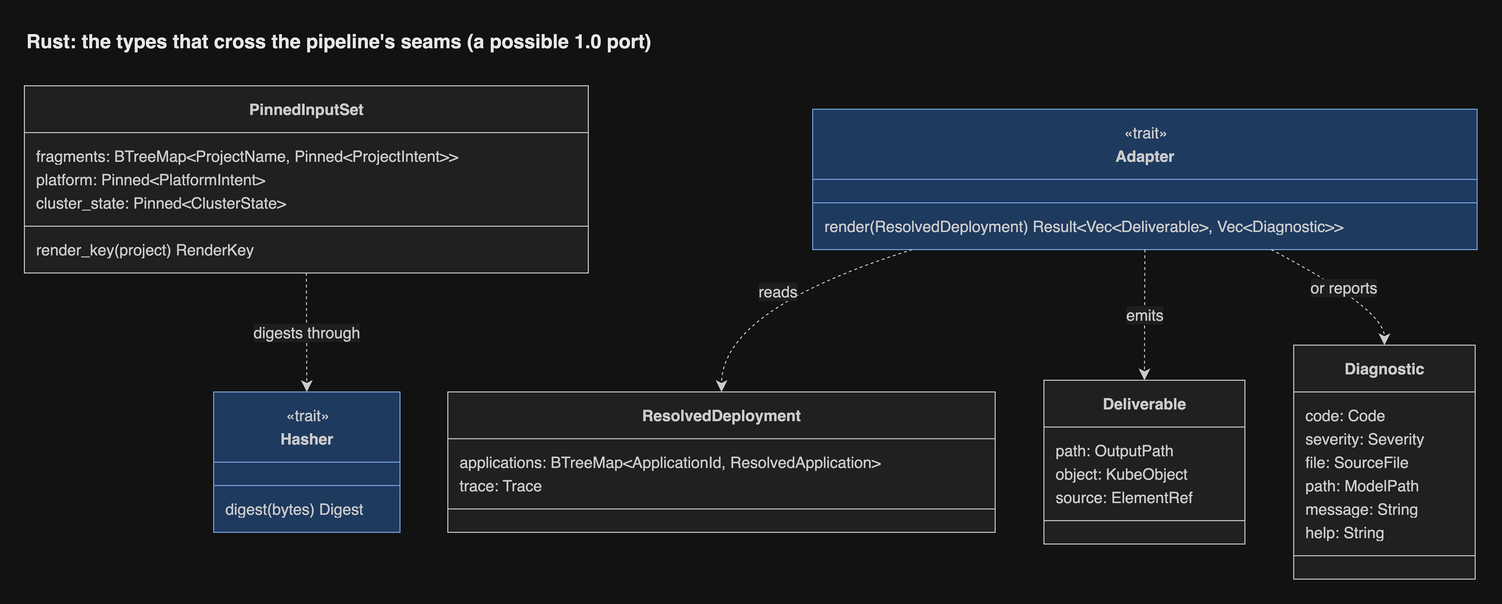
Earlier version of the draw.io export docs/diagrams/png/rust-pipeline-types.png (JorisJonkers-dev/estate-kit). Source tidied: cells renumbered, new cells last; positions are measured from the earlier drawing's top-left corner, leaving out a move shared by most shapes.
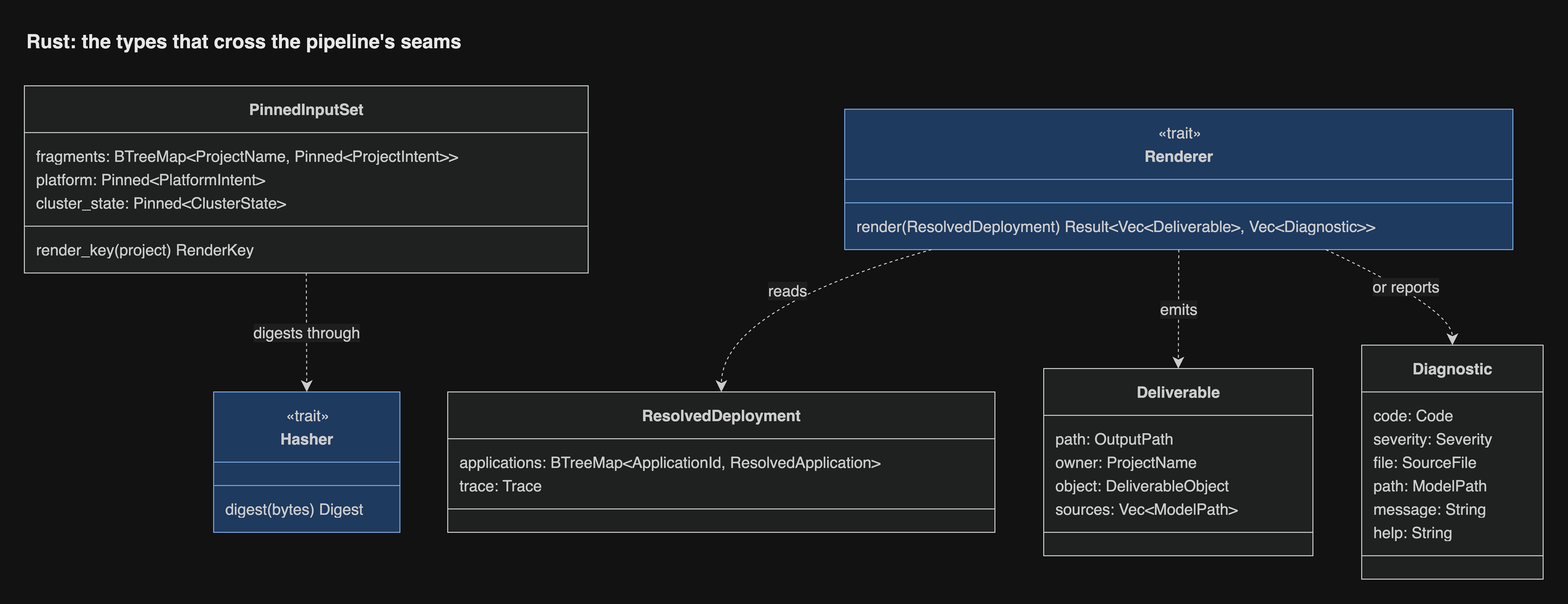
After the commit.

Diff of the diagram source:
```diff
@@ -44,79 +44,82 @@
     <mxCell id="15" style="line;strokeWidth=1;fillColor=none;spacingLeft=3;spacingRight=3;strokeColor=inherit;fontFamily=Helvetica;" parent="12" vertex="1">
       <mxGeometry y="108" width="561" height="24" as="geometry" />
     </mxCell>
-    <mxCell id="16" value="&lt;b&gt;Adapter&lt;/b&gt;" style="swimlane;html=1;fontStyle=1;fontSize=16;align=center;verticalAlign=middle;horizontal=1;startSize=72;swimlaneFillColor=light-dark(#dae8fc,#1f3a5f);whiteSpace=wrap;spacingTop=24;fillColor=light-dark(#dae8fc,#1f3a5f);strokeColor=light-dark(#6c8ebf,#7aa7e0);fontColor=light-dark(#333333,#cccccc);fontFamily=Helvetica;" parent="1" vertex="1">
-      <mxGeometry x="808" y="88" width="681" height="144" as="geometry" />
+    <mxCell id="16" value="&lt;b&gt;Renderer&lt;/b&gt;" style="swimlane;html=1;fontStyle=1;fontSize=16;align=center;verticalAlign=middle;horizontal=1;startSize=72;swimlaneFillColor=light-dark(#dae8fc,#1f3a5f);whiteSpace=wrap;spacingTop=24;fillColor=light-dark(#dae8fc,#1f3a5f);strokeColor=light-dark(#6c8ebf,#7aa7e0);fontColor=light-dark(#333333,#cccccc);fontFamily=Helvetica;" parent="1" vertex="1">
+      <mxGeometry x="841" y="88" width="685" height="144" as="geometry" />
     </mxCell>
     <mxCell id="17" value="«trait»" style="text;html=1;strokeColor=none;fillColor=none;align=center;verticalAlign=middle;fontSize=16;fontColor=light-dark(#333333,#cccccc);fontFamily=Helvetica;" parent="16" vertex="1">
-      <mxGeometry y="12" width="681" height="24" as="geometry" />
+      <mxGeometry y="12" width="685" height="24" as="geometry" />
     </mxCell>
     <mxCell id="18" style="line;strokeWidth=1;fillColor=none;spacingLeft=3;spacingRight=3;strokeColor=inherit;fontFamily=Helvetica;" parent="16" vertex="1">
-      <mxGeometry y="84" width="681" height="24" as="geometry" />
+      <mxGeometry y="84" width="685" height="24" as="geometry" />
     </mxCell>
     <mxCell id="19" value="render(ResolvedDeployment) Result&lt;Vec&lt;Deliverable&gt;, Vec&lt;Diagnostic&gt;&gt;" style="text;fontSize=16;strokeColor=none;fillColor=none;align=left;verticalAlign=middle;spacingLeft=10;spacingRight=12;spacingBottom=2;overflow=hidden;fontColor=light-dark(#333333,#cccccc);fontFamily=Helvetica;" parent="16" vertex="1">
-      <mxGeometry y="108" width="681" height="24" as="geometry" />
+      <mxGeometry y="108" width="685" height="24" as="geometry" />
     </mxCell>
     <mxCell id="20" value="&lt;b&gt;Deliverable&lt;/b&gt;" style="swimlane;html=1;fontStyle=1;fontSize=16;align=center;verticalAlign=middle;horizontal=1;startSize=48;swimlaneFillColor=light-dark(#ECECFF,#1f2020);whiteSpace=wrap;fillColor=light-dark(#ECECFF,#1f2020);strokeColor=light-dark(#9370DB,#cccccc);fontColor=light-dark(#333333,#cccccc);fontFamily=Helvetica;" parent="1" vertex="1">
-      <mxGeometry x="1045" y="366" width="206" height="168" as="geometry" />
+      <mxGeometry x="1045" y="354" width="276" height="192" as="geometry" />
     </mxCell>
     <mxCell id="21" value="path: OutputPath" style="text;fontSize=16;strokeColor=none;fillColor=none;align=left;verticalAlign=middle;spacingLeft=10;spacingRight=12;spacingBottom=2;overflow=hidden;fontColor=light-dark(#333333,#cccccc);fontFamily=Helvetica;" parent="20" vertex="1">
-      <mxGeometry y="60" width="206" height="24" as="geometry" />
+      <mxGeometry y="60" width="276" height="24" as="geometry" />
     </mxCell>
-    <mxCell id="22" value="object: KubeObject" style="text;fontSize=16;strokeColor=none;fillColor=none;align=left;verticalAlign=middle;spacingLeft=10;spacingRight=12;spacingBottom=2;overflow=hidden;fontColor=light-dark(#333333,#cccccc);fontFamily=Helvetica;" parent="20" vertex="1">
-      <mxGeometry y="84" width="206" height="24" as="geometry" />
+    <mxCell id="22" value="owner: ProjectName" style="text;fontSize=16;strokeColor=none;fillColor=none;align=left;verticalAlign=middle;spacingLeft=10;spacingRight=12;spacingBottom=2;overflow=hidden;fontColor=light-dark(#333333,#cccccc);fontFamily=Helvetica;" parent="20" vertex="1">
+      <mxGeometry y="84" width="276" height="24" as="geometry" />
     </mxCell>
-    <mxCell id="23" value="source: ElementRef" style="text;fontSize=16;strokeColor=none;fillColor=none;align=left;verticalAlign=middle;spacingLeft=10;spacingRight=12;spacingBottom=2;overflow=hidden;fontColor=light-dark(#333333,#cccccc);fontFamily=Helvetica;" parent="20" vertex="1">
-      <mxGeometry y="108" width="206" height="24" as="geometry" />
+    <mxCell id="23" value="object: DeliverableObject" style="text;fontSize=16;strokeColor=none;fillColor=none;align=left;verticalAlign=middle;spacingLeft=10;spacingRight=12;spacingBottom=2;overflow=hidden;fontColor=light-dark(#333333,#cccccc);fontFamily=Helvetica;" parent="20" vertex="1">
+      <mxGeometry y="108" width="276" height="24" as="geometry" />
     </mxCell>
-    <mxCell id="24" style="line;strokeWidth=1;fillColor=none;spacingLeft=3;spacingRight=3;strokeColor=inherit;fontFamily=Helvetica;" parent="20" vertex="1">
-      <mxGeometry y="132" width="206" height="24" as="geometry" />
+    <mxCell id="24" value="sources: Vec&lt;ModelPath&gt;" style="text;fontSize=16;strokeColor=none;fillColor=none;align=left;verticalAlign=middle;spacingLeft=10;spacingRight=12;spacingBottom=2;overflow=hidden;fontColor=light-dark(#333333,#cccccc);fontFamily=Helvetica;" parent="20" vertex="1">
+      <mxGeometry y="132" width="276" height="24" as="geometry" />
     </mxCell>
-    <mxCell id="25" value="&lt;b&gt;Diagnostic&lt;/b&gt;" style="swimlane;html=1;fontStyle=1;fontSize=16;align=center;verticalAlign=middle;horizontal=1;startSize=48;swimlaneFillColor=light-dark(#ECECFF,#1f2020);whiteSpace=wrap;fillColor=light-dark(#ECECFF,#1f2020);strokeColor=light-dark(#9370DB,#cccccc);fontColor=light-dark(#333333,#cccccc);fontFamily=Helvetica;" parent="1" vertex="1">
-      <mxGeometry x="1301" y="330" width="186" height="240" as="geometry" />
+    <mxCell id="25" style="line;strokeWidth=1;fillColor=none;spacingLeft=3;spacingRight=3;points=[];strokeColor=inherit;fontFamily=Helvetica;" parent="20" vertex="1">
+      <mxGeometry y="156" width="276" height="24" as="geometry" />
     </mxCell>
-    <mxCell id="26" value="code: Code" style="text;fontSize=16;strokeColor=none;fillColor=none;align=left;verticalAlign=middle;spacingLeft=10;spacingRight=12;spacingBottom=2;overflow=hidden;points=[[0,0.5],[1,0.5]];portConstraint=eastwest;fontColor=light-dark(#333333,#cccccc);fontFamily=Helvetica;" parent="25" vertex="1">
-      <mxGeometry y="60" width="186" height="24" as="geometry" />
+    <mxCell id="26" value="&lt;b&gt;Diagnostic&lt;/b&gt;" style="swimlane;html=1;fontStyle=1;fontSize=16;align=center;verticalAlign=middle;horizontal=1;startSize=48;swimlaneFillColor=light-dark(#ECECFF,#1f2020);whiteSpace=wrap;fillColor=light-dark(#ECECFF,#1f2020);strokeColor=light-dark(#9370DB,#cccccc);fontColor=light-dark(#333333,#cccccc);fontFamily=Helvetica;" parent="1" vertex="1">
+      <mxGeometry x="1371" y="330" width="186" height="240" as="geometry" />
     </mxCell>
-    <mxCell id="27" value="severity: Severity" style="text;fontSize=16;strokeColor=none;fillColor=none;align=left;verticalAlign=middle;spacingLeft=10;spacingRight=12;spacingBottom=2;overflow=hidden;fontColor=light-dark(#333333,#cccccc);fontFamily=Helvetica;" parent="25" vertex="1">
-      <mxGeometry y="84" width="186" height="24" as="geometry" />
+    <mxCell id="27" value="code: Code" style="text;fontSize=16;strokeColor=none;fillColor=none;align=left;verticalAlign=middle;spacingLeft=10;spacingRight=12;spacingBottom=2;overflow=hidden;fontColor=light-dark(#333333,#cccccc);fontFamily=Helvetica;" parent="26" vertex="1">
+      <mxGeometry y="60" width="186" height="24" as="geometry" />
     </mxCell>
-    <mxCell id="28" value="file: SourceFile" style="text;fontSize=16;strokeColor=none;fillColor=none;align=left;verticalAlign=middle;spacingLeft=10;spacingRight=12;spacingBottom=2;overflow=hidden;fontColor=light-dark(#333333,#cccccc);fontFamily=Helvetica;" parent="25" vertex="1">
-      <mxGeometry y="108" width="186" height="24" as="geometry" />
+    <mxCell id="28" value="severity: Severity" style="text;fontSize=16;strokeColor=none;fillColor=none;align=left;verticalAlign=middle;spacingLeft=10;spacingRight=12;spacingBottom=2;overflow=hidden;fontColor=light-dark(#333333,#cccccc);fontFamily=Helvetica;" parent="26" vertex="1">
+      <mxGeometry y="84" width="186" height="24" as="geometry" />
     </mxCell>
-    <mxCell id="29" value="path: ModelPath" style="text;fontSize=16;strokeColor=none;fillColor=none;align=left;verticalAlign=middle;spacingLeft=10;spacingRight=12;spacingBottom=2;overflow=hidden;fontColor=light-dark(#333333,#cccccc);fontFamily=Helvetica;" parent="25" vertex="1">
-      <mxGeometry y="132" width="186" height="24" as="geometry" />
+    <mxCell id="29" value="file: SourceFile" style="text;fontSize=16;strokeColor=none;fillColor=none;align=left;verticalAlign=middle;spacingLeft=10;spacingRight=12;spacingBottom=2;overflow=hidden;fontColor=light-dark(#333333,#cccccc);fontFamily=Helvetica;" parent="26" vertex="1">
+      <mxGeometry y="108" width="186" height="24" as="geometry" />
     </mxCell>
-    <mxCell id="30" value="message: String" style="text;fontSize=16;strokeColor=none;fillColor=none;align=left;verticalAlign=middle;spacingLeft=10;spacingRight=12;spacingBottom=2;overflow=hidden;fontColor=light-dark(#333333,#cccccc);fontFamily=Helvetica;" parent="25" vertex="1">
-      <mxGeometry y="156" width="186" height="24" as="geometry" />
+    <mxCell id="30" value="path: ModelPath" style="text;fontSize=16;strokeColor=none;fillColor=none;align=left;verticalAlign=middle;spacingLeft=10;spacingRight=12;spacingBottom=2;overflow=hidden;fontColor=light-dark(#333333,#cccccc);fontFamily=Helvetica;" parent="26" vertex="1">
+      <mxGeometry y="132" width="186" height="24" as="geometry" />
     </mxCell>
-    <mxCell id="31" value="help: String" style="text;fontSize=16;strokeColor=none;fillColor=none;align=left;verticalAlign=middle;spacingLeft=10;spacingRight=12;spacingBottom=2;overflow=hidden;fontColor=light-dark(#333333,#cccccc);fontFamily=Helvetica;" parent="25" vertex="1">
-      <mxGeometry y="180" width="186" height="24" as="geometry" />
+    <mxCell id="31" value="message: String" style="text;fontSize=16;strokeColor=none;fillColor=none;align=left;verticalAlign=middle;spacingLeft=10;spacingRight=12;spacingBottom=2;overflow=hidden;fontColor=light-dark(#333333,#cccccc);fontFamily=Helvetica;" parent="26" vertex="1">
+      <mxGeometry y="156" width="186" height="24" as="geometry" />
     </mxCell>
-    <mxCell id="32" style="line;strokeWidth=1;fillColor=none;spacingLeft=3;spacingRight=3;strokeColor=inherit;fontFamily=Helvetica;" parent="25" vertex="1">
-      <mxGeometry y="204" width="186" height="24" as="geometry" />
+    <mxCell id="32" value="help: String" style="text;fontSize=16;strokeColor=none;fillColor=none;align=left;verticalAlign=middle;spacingLeft=10;spacingRight=12;spacingBottom=2;overflow=hidden;fontColor=light-dark(#333333,#cccccc);fontFamily=Helvetica;" parent="26" vertex="1">
+      <mxGeometry y="180" width="186" height="24" as="geometry" />
     </mxCell>
-    <mxCell id="33" value="digests through" style="curved=1;dashed=1;startArrow=none;endArrow=classic;endSize=9;strokeColor=light-dark(#333333,#cccccc);html=1;fontSize=16;fontColor=light-dark(#333333,#cccccc);exitX=0.5;exitY=1;entryX=0.5;entryY=0;fixDash=1;fontFamily=Helvetica;labelBackgroundColor=light-dark(#ffffff,#1e1e1e);" parent="1" edge="1" source="2" target="8">
-      <mxGeometry relative="1" as="geometry" />
+    <mxCell id="33" style="line;strokeWidth=1;fillColor=none;spacingLeft=3;spacingRight=3;strokeColor=inherit;fontFamily=Helvetica;" parent="26" vertex="1">
+      <mxGeometry y="204" width="186" height="24" as="geometry" />
     </mxCell>
-    <mxCell id="34" value="reads" style="curved=1;dashed=1;startArrow=none;endArrow=classic;endSize=9;strokeColor=light-dark(#333333,#cccccc);html=1;fontSize=16;fontColor=light-dark(#333333,#cccccc);exitX=0.15;exitY=1;entryX=0.5;entryY=0;fixDash=1;fontFamily=Helvetica;labelBackgroundColor=light-dark(#ffffff,#1e1e1e);" parent="1" edge="1" source="16" target="12">
-      <mxGeometry relative="1" as="geometry">
-        <Array as="points">
-          <mxPoint x="715" y="293" />
-        </Array>
-      </mxGeometry>
+    <mxCell id="34" value="digests through" style="curved=1;dashed=1;startArrow=none;endArrow=classic;endSize=9;strokeColor=light-dark(#333333,#cccccc);html=1;fontSize=16;fontColor=light-dark(#333333,#cccccc);exitX=0.5;exitY=1;entryX=0.5;entryY=0;fixDash=1;fontFamily=Helvetica;labelBackgroundColor=light-dark(#ffffff,#1e1e1e);" parent="1" edge="1" source="2" target="8">
+      <mxGeometry relative="1" as="geometry" />
     </mxCell>
-    <mxCell id="35" value="emits" style="curved=1;dashed=1;startArrow=none;endArrow=classic;endSize=9;strokeColor=light-dark(#333333,#cccccc);html=1;fontSize=16;fontColor=light-dark(#333333,#cccccc);exitX=0.5;exitY=1;entryX=0.5;entryY=0;fixDash=1;fontFamily=Helvetica;labelBackgroundColor=light-dark(#ffffff,#1e1e1e);" parent="1" edge="1" source="16" target="20">
-      <mxGeometry relative="1" as="geometry" />
+    <mxCell id="35" value="reads" style="curved=1;dashed=1;startArrow=none;endArrow=classic;endSize=9;strokeColor=light-dark(#333333,#cccccc);html=1;fontSize=16;fontColor=light-dark(#333333,#cccccc);exitX=0.13;exitY=1;entryX=0.5;entryY=0;fixDash=1;fontFamily=Helvetica;labelBackgroundColor=light-dark(#ffffff,#1e1e1e);" parent="1" edge="1" source="16" target="12">
+      <mxGeometry relative="1" as="geometry">
+        <Array as="points">
+          <mxPoint x="715" y="293" />
+        </Array>
+      </mxGeometry>
     </mxCell>
-    <mxCell id="36" value="or reports" style="curved=1;dashed=1;startArrow=none;endArrow=classic;endSize=9;strokeColor=light-dark(#333333,#cccccc);html=1;fontSize=16;fontColor=light-dark(#333333,#cccccc);exitX=0.69;exitY=1;entryX=0.5;entryY=0;fixDash=1;fontFamily=Helvetica;labelBackgroundColor=light-dark(#ffffff,#1e1e1e);" parent="1" edge="1" source="16" target="25">
-      <mxGeometry relative="1" as="geometry">
-        <Array as="points">
-          <mxPoint x="1394" y="293" />
-        </Array>
-      </mxGeometry>
+    <mxCell id="36" value="emits" style="curved=1;dashed=1;startArrow=none;endArrow=classic;endSize=9;strokeColor=light-dark(#333333,#cccccc);html=1;fontSize=16;fontColor=light-dark(#333333,#cccccc);exitX=0.5;exitY=1;entryX=0.5;entryY=0;fixDash=1;fontFamily=Helvetica;labelBackgroundColor=light-dark(#ffffff,#1e1e1e);" parent="1" edge="1" source="16" target="20">
+      <mxGeometry relative="1" as="geometry" />
     </mxCell>
+    <mxCell id="38" value="or reports" style="curved=1;dashed=1;startArrow=none;endArrow=classic;endSize=9;strokeColor=light-dark(#333333,#cccccc);html=1;fontSize=16;fontColor=light-dark(#333333,#cccccc);exitX=0.72;exitY=1;entryX=0.5;entryY=0;fixDash=1;fontFamily=Helvetica;labelBackgroundColor=light-dark(#ffffff,#1e1e1e);" parent="1" edge="1" source="16" target="26">
+      <mxGeometry relative="1" as="geometry">
+        <Array as="points">
+          <mxPoint x="1464" y="293" />
+        </Array>
+      </mxGeometry>
+    </mxCell>
-    <mxCell id="37" value="Rust: the types that cross the pipeline's seams (a possible 1.0 port)" style="text;html=1;whiteSpace=wrap;align=left;verticalAlign=middle;fontSize=20;fontStyle=1;fontColor=light-dark(#1a1a1a,#e8e8e8);fontFamily=Helvetica;" parent="1" vertex="1">
-      <mxGeometry width="1489" height="36" as="geometry" />
+    <mxCell id="37" value="Rust: the types that cross the pipeline's seams" style="text;html=1;whiteSpace=wrap;align=left;verticalAlign=middle;fontSize=20;fontStyle=1;fontColor=light-dark(#1a1a1a,#e8e8e8);fontFamily=Helvetica;" parent="1" vertex="1">
+      <mxGeometry width="1557" height="36" as="geometry" />
     </mxCell>
   </root>
 </mxGraphModel>
```
